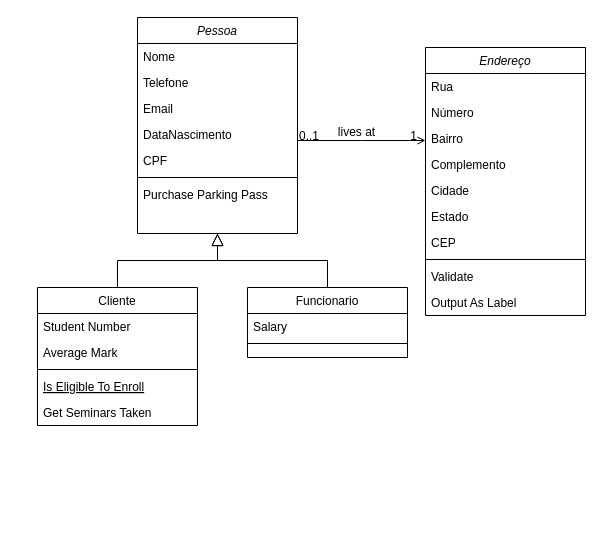
This is Diagrama sem nome.drawio from marinando/EstudoDeCaso1, a draw.io file, before an edit. Source tidied: cells renumbered, new cells numbered last; positions are measured from the earlier drawing's top-left corner, leaving out a move shared by most shapes. Both pictures are drawn from the tidied source at 100%, with x=0, y=0 at pixel (37, 17).
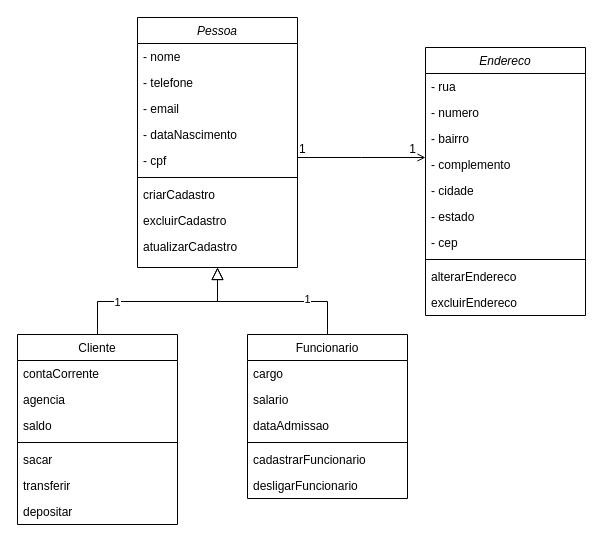
After the change.

Unchanged cells that the change refers to:
```xml
<mxCell id="16" style="endArrow=block;endSize=10;endFill=0;shadow=0;strokeWidth=1;rounded=0;edgeStyle=elbowEdgeStyle;elbow=vertical;" parent="1" edge="1" source="10" target="2">
  <mxGeometry relative="1" as="geometry" />
</mxCell>
<mxCell id="20" style="endArrow=block;endSize=10;endFill=0;shadow=0;strokeWidth=1;rounded=0;edgeStyle=elbowEdgeStyle;elbow=vertical;" parent="1" edge="1" source="17" target="2">
  <mxGeometry relative="1" as="geometry" />
</mxCell>
<mxCell id="32" style="endArrow=open;shadow=0;strokeWidth=1;rounded=0;endFill=1;edgeStyle=elbowEdgeStyle;elbow=vertical;" parent="1" edge="1" source="2" target="21">
  <mxGeometry x="0.5" y="41" relative="1" as="geometry">
    <mxPoint x="-40" y="32" as="offset" />
  </mxGeometry>
</mxCell>
```

Change to the diagram source:
```diff
@@
     <mxCell id="2" value="Pessoa" style="swimlane;fontStyle=2;align=center;verticalAlign=top;horizontal=1;startSize=26;rounded=0;shadow=0;strokeWidth=1;" parent="1" vertex="1">
-      <mxGeometry x="100" width="160" height="216" as="geometry" />
+      <mxGeometry x="100" width="160" height="250" as="geometry" />
     </mxCell>
-    <mxCell id="3" value="Nome" style="text;align=left;verticalAlign=top;spacingLeft=4;spacingRight=4;overflow=hidden;" parent="2" vertex="1">
+    <mxCell id="3" value="- nome" style="text;align=left;verticalAlign=top;spacingLeft=4;spacingRight=4;overflow=hidden;" parent="2" vertex="1">
       <mxGeometry y="26" width="160" height="26" as="geometry" />
     </mxCell>
-    <mxCell id="4" value="Telefone" style="text;align=left;verticalAlign=top;spacingLeft=4;spacingRight=4;overflow=hidden;rounded=0;shadow=0;html=0;" parent="2" vertex="1">
+    <mxCell id="4" value="- telefone" style="text;align=left;verticalAlign=top;spacingLeft=4;spacingRight=4;overflow=hidden;rounded=0;shadow=0;html=0;" parent="2" vertex="1">
       <mxGeometry y="52" width="160" height="26" as="geometry" />
     </mxCell>
-    <mxCell id="5" value="Email" style="text;align=left;verticalAlign=top;spacingLeft=4;spacingRight=4;overflow=hidden;rounded=0;shadow=0;html=0;" parent="2" vertex="1">
+    <mxCell id="5" value="- email" style="text;align=left;verticalAlign=top;spacingLeft=4;spacingRight=4;overflow=hidden;rounded=0;shadow=0;html=0;" parent="2" vertex="1">
       <mxGeometry y="78" width="160" height="26" as="geometry" />
     </mxCell>
-    <mxCell id="6" value="DataNascimento" style="text;align=left;verticalAlign=top;spacingLeft=4;spacingRight=4;overflow=hidden;rounded=0;shadow=0;html=0;" parent="2" vertex="1">
+    <mxCell id="6" value="- dataNascimento" style="text;align=left;verticalAlign=top;spacingLeft=4;spacingRight=4;overflow=hidden;rounded=0;shadow=0;html=0;" parent="2" vertex="1">
       <mxGeometry y="104" width="160" height="26" as="geometry" />
     </mxCell>
-    <mxCell id="7" value="CPF" style="text;align=left;verticalAlign=top;spacingLeft=4;spacingRight=4;overflow=hidden;rounded=0;shadow=0;html=0;" parent="2" vertex="1">
+    <mxCell id="7" value="- cpf" style="text;align=left;verticalAlign=top;spacingLeft=4;spacingRight=4;overflow=hidden;rounded=0;shadow=0;html=0;" parent="2" vertex="1">
       <mxGeometry y="130" width="160" height="26" as="geometry" />
     </mxCell>
@@
-    <mxCell id="9" value="Purchase Parking Pass" style="text;align=left;verticalAlign=top;spacingLeft=4;spacingRight=4;overflow=hidden;" parent="2" vertex="1">
-      <mxGeometry y="164" width="160" height="26" as="geometry" />
-    </mxCell>
+    <mxCell id="36" value="criarCadastro" style="text;align=left;verticalAlign=top;spacingLeft=4;spacingRight=4;overflow=hidden;" parent="2" vertex="1">
+      <mxGeometry y="164" width="160" height="26" as="geometry" />
+    </mxCell>
+    <mxCell id="37" value="excluirCadastro" style="text;align=left;verticalAlign=top;spacingLeft=4;spacingRight=4;overflow=hidden;" parent="2" vertex="1">
+      <mxGeometry y="190" width="160" height="26" as="geometry" />
+    </mxCell>
+    <mxCell id="38" value="atualizarCadastro" style="text;align=left;verticalAlign=top;spacingLeft=4;spacingRight=4;overflow=hidden;" parent="2" vertex="1">
+      <mxGeometry y="216" width="160" height="26" as="geometry" />
+    </mxCell>
     <mxCell id="10" value="Cliente" style="swimlane;fontStyle=0;align=center;verticalAlign=top;horizontal=1;startSize=26;rounded=0;shadow=0;strokeWidth=1;" parent="1" vertex="1">
-      <mxGeometry y="270" width="160" height="138" as="geometry" />
+      <mxGeometry x="-20" y="317" width="160" height="190" as="geometry" />
     </mxCell>
-    <mxCell id="11" value="Student Number" style="text;align=left;verticalAlign=top;spacingLeft=4;spacingRight=4;overflow=hidden;" parent="10" vertex="1">
+    <mxCell id="11" value="contaCorrente" style="text;align=left;verticalAlign=top;spacingLeft=4;spacingRight=4;overflow=hidden;" parent="10" vertex="1">
       <mxGeometry y="26" width="160" height="26" as="geometry" />
     </mxCell>
+    <mxCell id="39" value="agencia" style="text;align=left;verticalAlign=top;spacingLeft=4;spacingRight=4;overflow=hidden;rounded=0;shadow=0;html=0;" parent="10" vertex="1">
+      <mxGeometry y="52" width="160" height="26" as="geometry" />
+    </mxCell>
-    <mxCell id="12" value="Average Mark" style="text;align=left;verticalAlign=top;spacingLeft=4;spacingRight=4;overflow=hidden;rounded=0;shadow=0;html=0;" parent="10" vertex="1">
-      <mxGeometry y="52" width="160" height="26" as="geometry" />
+    <mxCell id="12" value="saldo" style="text;align=left;verticalAlign=top;spacingLeft=4;spacingRight=4;overflow=hidden;rounded=0;shadow=0;html=0;" parent="10" vertex="1">
+      <mxGeometry y="78" width="160" height="26" as="geometry" />
     </mxCell>
     <mxCell id="13" style="line;html=1;strokeWidth=1;align=left;verticalAlign=middle;spacingTop=-1;spacingLeft=3;spacingRight=3;labelPosition=right;" parent="10" vertex="1">
-      <mxGeometry y="78" width="160" height="8" as="geometry" />
+      <mxGeometry y="104" width="160" height="8" as="geometry" />
     </mxCell>
-    <mxCell id="14" value="Is Eligible To Enroll" style="text;align=left;verticalAlign=top;spacingLeft=4;spacingRight=4;overflow=hidden;fontStyle=4;" parent="10" vertex="1">
-      <mxGeometry y="86" width="160" height="26" as="geometry" />
+    <mxCell id="14" value="sacar" style="text;align=left;verticalAlign=top;spacingLeft=4;spacingRight=4;overflow=hidden;fontStyle=0;" parent="10" vertex="1">
+      <mxGeometry y="112" width="160" height="26" as="geometry" />
     </mxCell>
-    <mxCell id="15" value="Get Seminars Taken" style="text;align=left;verticalAlign=top;spacingLeft=4;spacingRight=4;overflow=hidden;" parent="10" vertex="1">
-      <mxGeometry y="112" width="160" height="26" as="geometry" />
+    <mxCell id="15" value="transferir" style="text;align=left;verticalAlign=top;spacingLeft=4;spacingRight=4;overflow=hidden;" parent="10" vertex="1">
+      <mxGeometry y="138" width="160" height="26" as="geometry" />
     </mxCell>
+    <mxCell id="40" value="depositar" style="text;align=left;verticalAlign=top;spacingLeft=4;spacingRight=4;overflow=hidden;" parent="10" vertex="1">
+      <mxGeometry y="164" width="160" height="26" as="geometry" />
+    </mxCell>
@@
+    <mxCell id="41" value="1" style="edgeLabel;html=1;align=center;verticalAlign=middle;" parent="16" vertex="1">
+      <mxGeometry x="-0.44" relative="1" as="geometry" />
+    </mxCell>
     <mxCell id="17" value="Funcionario" style="swimlane;fontStyle=0;align=center;verticalAlign=top;horizontal=1;startSize=26;rounded=0;shadow=0;strokeWidth=1;" parent="1" vertex="1">
-      <mxGeometry x="210" y="270" width="160" height="70" as="geometry" />
+      <mxGeometry x="210" y="317" width="160" height="164" as="geometry" />
     </mxCell>
-    <mxCell id="18" value="Salary" style="text;align=left;verticalAlign=top;spacingLeft=4;spacingRight=4;overflow=hidden;" parent="17" vertex="1">
+    <mxCell id="18" value="cargo" style="text;align=left;verticalAlign=top;spacingLeft=4;spacingRight=4;overflow=hidden;" parent="17" vertex="1">
       <mxGeometry y="26" width="160" height="26" as="geometry" />
     </mxCell>
+    <mxCell id="42" value="salario" style="text;align=left;verticalAlign=top;spacingLeft=4;spacingRight=4;overflow=hidden;" parent="17" vertex="1">
+      <mxGeometry y="52" width="160" height="26" as="geometry" />
+    </mxCell>
+    <mxCell id="43" value="dataAdmissao" style="text;align=left;verticalAlign=top;spacingLeft=4;spacingRight=4;overflow=hidden;" parent="17" vertex="1">
+      <mxGeometry y="78" width="160" height="26" as="geometry" />
+    </mxCell>
     <mxCell id="19" style="line;html=1;strokeWidth=1;align=left;verticalAlign=middle;spacingTop=-1;spacingLeft=3;spacingRight=3;labelPosition=right;" parent="17" vertex="1">
-      <mxGeometry y="52" width="160" height="8" as="geometry" />
+      <mxGeometry y="104" width="160" height="8" as="geometry" />
     </mxCell>
+    <mxCell id="44" value="cadastrarFuncionario&#10;" style="text;align=left;verticalAlign=top;spacingLeft=4;spacingRight=4;overflow=hidden;fontStyle=0;" parent="17" vertex="1">
+      <mxGeometry y="112" width="160" height="26" as="geometry" />
+    </mxCell>
+    <mxCell id="45" value="desligarFuncionario&#10;" style="text;align=left;verticalAlign=top;spacingLeft=4;spacingRight=4;overflow=hidden;fontStyle=0;" parent="17" vertex="1">
+      <mxGeometry y="138" width="160" height="26" as="geometry" />
+    </mxCell>
@@
+    <mxCell id="46" value="1" style="edgeLabel;html=1;align=center;verticalAlign=middle;" parent="20" vertex="1">
+      <mxGeometry x="-0.39" y="-3" relative="1" as="geometry" />
+    </mxCell>
-    <mxCell id="21" value="Endereço" style="swimlane;fontStyle=2;align=center;verticalAlign=top;horizontal=1;startSize=26;rounded=0;shadow=0;strokeWidth=1;" parent="1" vertex="1">
+    <mxCell id="21" value="Endereco" style="swimlane;fontStyle=2;align=center;verticalAlign=top;horizontal=1;startSize=26;rounded=0;shadow=0;strokeWidth=1;" parent="1" vertex="1">
       <mxGeometry x="388" y="30" width="160" height="268" as="geometry" />
     </mxCell>
-    <mxCell id="22" value="Rua&#10;" style="text;align=left;verticalAlign=top;spacingLeft=4;spacingRight=4;overflow=hidden;" parent="21" vertex="1">
+    <mxCell id="22" value="- rua&#10;" style="text;align=left;verticalAlign=top;spacingLeft=4;spacingRight=4;overflow=hidden;" parent="21" vertex="1">
       <mxGeometry y="26" width="160" height="26" as="geometry" />
     </mxCell>
-    <mxCell id="23" value="Número&#10;" style="text;align=left;verticalAlign=top;spacingLeft=4;spacingRight=4;overflow=hidden;rounded=0;shadow=0;html=0;" parent="21" vertex="1">
+    <mxCell id="23" value="- numero&#10;" style="text;align=left;verticalAlign=top;spacingLeft=4;spacingRight=4;overflow=hidden;rounded=0;shadow=0;html=0;" parent="21" vertex="1">
       <mxGeometry y="52" width="160" height="26" as="geometry" />
     </mxCell>
-    <mxCell id="24" value="Bairro" style="text;align=left;verticalAlign=top;spacingLeft=4;spacingRight=4;overflow=hidden;rounded=0;shadow=0;html=0;" parent="21" vertex="1">
+    <mxCell id="24" value="- bairro" style="text;align=left;verticalAlign=top;spacingLeft=4;spacingRight=4;overflow=hidden;rounded=0;shadow=0;html=0;" parent="21" vertex="1">
       <mxGeometry y="78" width="160" height="26" as="geometry" />
     </mxCell>
-    <mxCell id="25" value="Complemento" style="text;align=left;verticalAlign=top;spacingLeft=4;spacingRight=4;overflow=hidden;rounded=0;shadow=0;html=0;" parent="21" vertex="1">
+    <mxCell id="25" value="- complemento" style="text;align=left;verticalAlign=top;spacingLeft=4;spacingRight=4;overflow=hidden;rounded=0;shadow=0;html=0;" parent="21" vertex="1">
       <mxGeometry y="104" width="160" height="26" as="geometry" />
     </mxCell>
-    <mxCell id="26" value="Cidade" style="text;align=left;verticalAlign=top;spacingLeft=4;spacingRight=4;overflow=hidden;rounded=0;shadow=0;html=0;" parent="21" vertex="1">
+    <mxCell id="26" value="- cidade" style="text;align=left;verticalAlign=top;spacingLeft=4;spacingRight=4;overflow=hidden;rounded=0;shadow=0;html=0;" parent="21" vertex="1">
       <mxGeometry y="130" width="160" height="26" as="geometry" />
     </mxCell>
-    <mxCell id="27" value="Estado" style="text;align=left;verticalAlign=top;spacingLeft=4;spacingRight=4;overflow=hidden;rounded=0;shadow=0;html=0;" parent="21" vertex="1">
+    <mxCell id="27" value="- estado" style="text;align=left;verticalAlign=top;spacingLeft=4;spacingRight=4;overflow=hidden;rounded=0;shadow=0;html=0;" parent="21" vertex="1">
       <mxGeometry y="156" width="160" height="26" as="geometry" />
     </mxCell>
-    <mxCell id="28" value="CEP" style="text;align=left;verticalAlign=top;spacingLeft=4;spacingRight=4;overflow=hidden;rounded=0;shadow=0;html=0;" parent="21" vertex="1">
+    <mxCell id="28" value="- cep" style="text;align=left;verticalAlign=top;spacingLeft=4;spacingRight=4;overflow=hidden;rounded=0;shadow=0;html=0;" parent="21" vertex="1">
       <mxGeometry y="182" width="160" height="26" as="geometry" />
     </mxCell>
@@
-    <mxCell id="30" value="Validate" style="text;align=left;verticalAlign=top;spacingLeft=4;spacingRight=4;overflow=hidden;" parent="21" vertex="1">
+    <mxCell id="30" value="alterarEndereco" style="text;align=left;verticalAlign=top;spacingLeft=4;spacingRight=4;overflow=hidden;" parent="21" vertex="1">
       <mxGeometry y="216" width="160" height="26" as="geometry" />
     </mxCell>
-    <mxCell id="31" value="Output As Label" style="text;align=left;verticalAlign=top;spacingLeft=4;spacingRight=4;overflow=hidden;" parent="21" vertex="1">
+    <mxCell id="31" value="excluirEndereco" style="text;align=left;verticalAlign=top;spacingLeft=4;spacingRight=4;overflow=hidden;" parent="21" vertex="1">
       <mxGeometry y="242" width="160" height="26" as="geometry" />
     </mxCell>
@@
-    <mxCell id="33" value="0..1" style="align=left;verticalAlign=bottom;labelBackgroundColor=none;fontSize=12;" parent="32" vertex="1">
-      <mxGeometry x="-1" relative="1" as="geometry">
-        <mxPoint y="4" as="offset" />
-      </mxGeometry>
+    <mxCell id="33" value="1" style="align=left;verticalAlign=bottom;labelBackgroundColor=none;fontSize=12;" parent="32" vertex="1">
+      <mxGeometry x="-1" relative="1" as="geometry" />
     </mxCell>
     <mxCell id="34" value="1" style="align=right;verticalAlign=bottom;labelBackgroundColor=none;fontSize=12;" parent="32" vertex="1">
       <mxGeometry x="1" relative="1" as="geometry">
-        <mxPoint x="-7" y="4" as="offset" />
+        <mxPoint x="-8" as="offset" />
       </mxGeometry>
     </mxCell>
-    <mxCell id="35" value="lives at" style="text;html=1;align=center;verticalAlign=middle;labelBackgroundColor=none;rounded=0;shadow=0;strokeWidth=1;fontSize=12;" parent="32" vertex="1">
-      <mxGeometry x="0.5" y="49" relative="1" as="geometry">
-        <mxPoint x="-38" y="40" as="offset" />
-      </mxGeometry>
-    </mxCell>
```
